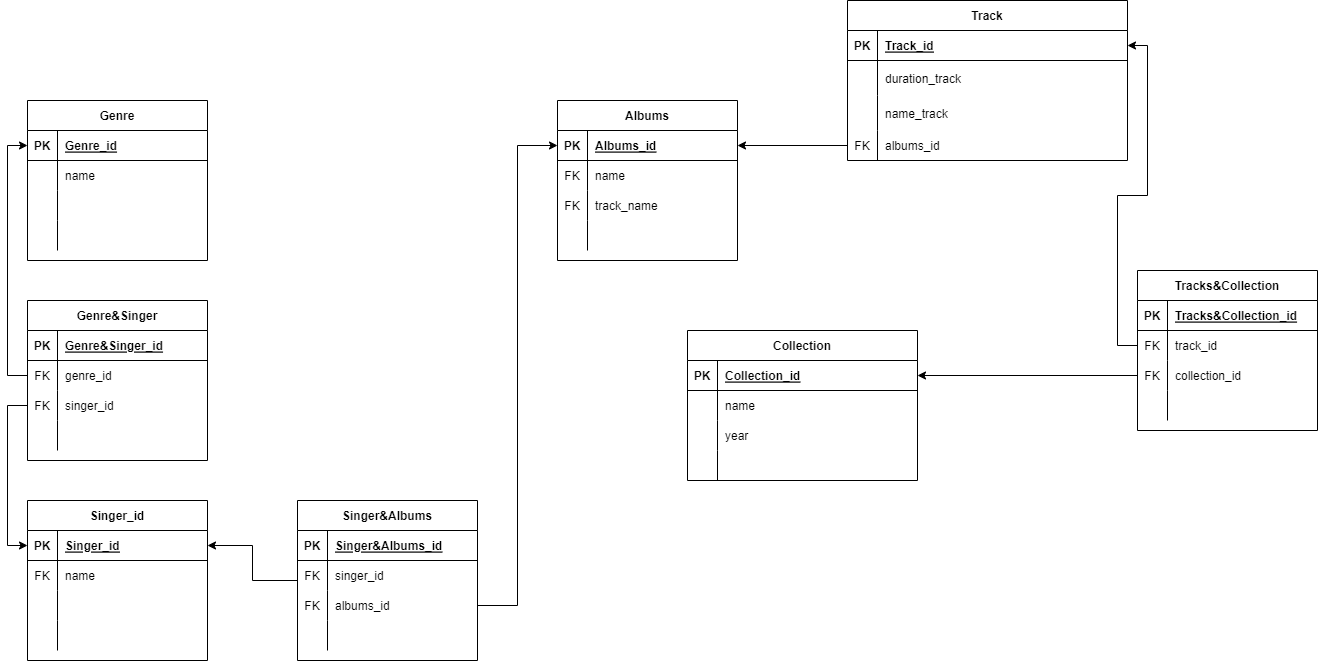
SergeyLebedev26061989/SQL-Task-2-11.10.22 keeps this draw.io diagram as Диаграмма без названия.drawio.png. Above is the earlier version. Source tidied: cells renumbered, new cells last; positions are measured from the earlier drawing's top-left corner, leaving out a move shared by most shapes.
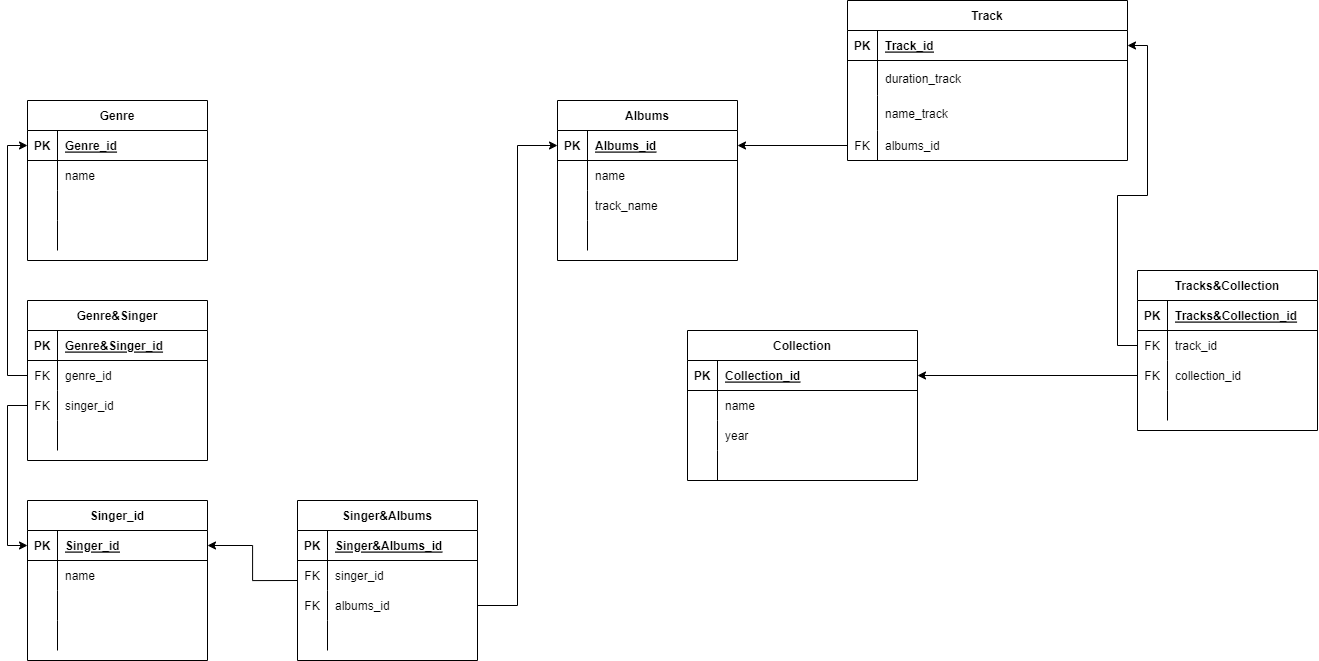
Later version of the same file.

Diff of the diagram source:
```diff
@@ -56,7 +56,7 @@
     <mxCell id="19" style="shape=tableRow;horizontal=0;startSize=0;swimlaneHead=0;swimlaneBody=0;fillColor=none;top=0;left=0;right=0;bottom=0;" parent="15" vertex="1">
       <mxGeometry y="60" width="180" height="30" as="geometry" />
     </mxCell>
-    <mxCell id="20" value="FK" style="shape=partialRectangle;fillColor=none;top=0;left=0;bottom=0;right=0;overflow=hidden;" parent="19" vertex="1">
+    <mxCell id="20" style="shape=partialRectangle;fillColor=none;top=0;left=0;bottom=0;right=0;overflow=hidden;" parent="19" vertex="1">
       <mxGeometry width="30" height="30" as="geometry" />
     </mxCell>
     <mxCell id="21" value="name" style="shape=partialRectangle;fillColor=none;top=0;left=0;bottom=0;right=0;align=left;spacingLeft=6;overflow=hidden;" parent="19" vertex="1">
@@ -95,7 +95,7 @@
     <mxCell id="32" style="shape=tableRow;horizontal=0;startSize=0;swimlaneHead=0;swimlaneBody=0;fillColor=none;top=0;left=0;right=0;bottom=0;" parent="28" vertex="1">
       <mxGeometry y="60" width="180" height="30" as="geometry" />
     </mxCell>
-    <mxCell id="33" value="FK" style="shape=partialRectangle;fillColor=none;top=0;left=0;bottom=0;right=0;overflow=hidden;" parent="32" vertex="1">
+    <mxCell id="33" style="shape=partialRectangle;fillColor=none;top=0;left=0;bottom=0;right=0;overflow=hidden;" parent="32" vertex="1">
       <mxGeometry width="30" height="30" as="geometry" />
     </mxCell>
     <mxCell id="34" value="name" style="shape=partialRectangle;fillColor=none;top=0;left=0;bottom=0;right=0;align=left;spacingLeft=6;overflow=hidden;" parent="32" vertex="1">
@@ -104,7 +104,7 @@
     <mxCell id="35" style="shape=tableRow;horizontal=0;startSize=0;swimlaneHead=0;swimlaneBody=0;fillColor=none;top=0;left=0;right=0;bottom=0;" parent="28" vertex="1">
       <mxGeometry y="90" width="180" height="30" as="geometry" />
     </mxCell>
-    <mxCell id="36" value="FK" style="shape=partialRectangle;fillColor=none;top=0;left=0;bottom=0;right=0;overflow=hidden;" parent="35" vertex="1">
+    <mxCell id="36" style="shape=partialRectangle;fillColor=none;top=0;left=0;bottom=0;right=0;overflow=hidden;" parent="35" vertex="1">
       <mxGeometry width="30" height="30" as="geometry" />
     </mxCell>
     <mxCell id="37" value="track_name" style="shape=partialRectangle;fillColor=none;top=0;left=0;bottom=0;right=0;align=left;spacingLeft=6;overflow=hidden;" parent="35" vertex="1">
```
